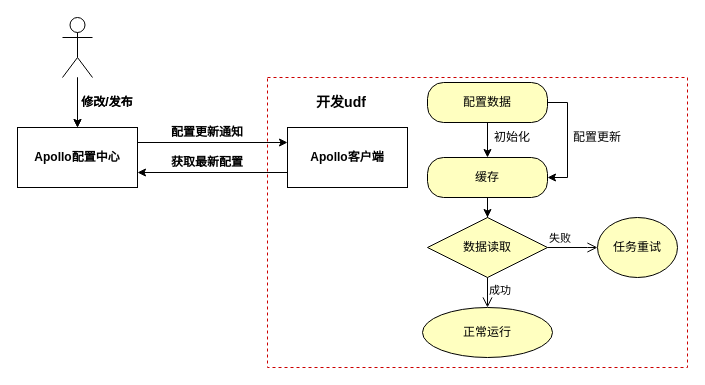
mineminemine123/work-wiki keeps this draw.io diagram as 实时配置项热加载.drawio. Above is the earlier version. Source tidied: cells renumbered, new cells numbered last; positions are measured from the earlier drawing's top-left corner, leaving out a move shared by most shapes. Both pictures are drawn from the tidied source at 100%, with x=0, y=0 at pixel (17, 17).
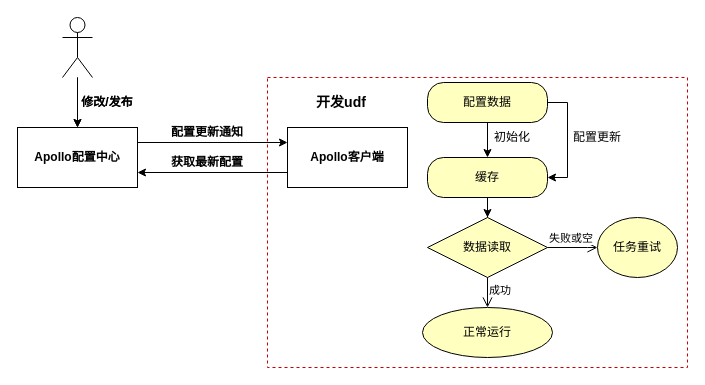
The same diagram, later.

Commit message:
更新实时配置项热加载.drawio

Unchanged cells that the change refers to:
```xml
<mxCell id="19" value="数据读取" style="rhombus;whiteSpace=wrap;html=1;fillColor=#ffffc0;strokeColor=#000000;" parent="1" vertex="1">
  <mxGeometry x="410" y="200" width="120" height="60" as="geometry" />
</mxCell>
```

Change to the diagram source:
```diff
@@
-    <mxCell id="20" value="失败" style="edgeStyle=orthogonalEdgeStyle;html=1;align=left;verticalAlign=bottom;endArrow=open;endSize=8;strokeColor=#000000;rounded=0;" parent="1" edge="1" source="19">
+    <mxCell id="20" value="失败或空" style="edgeStyle=orthogonalEdgeStyle;html=1;align=left;verticalAlign=bottom;endArrow=open;endSize=8;strokeColor=#000000;rounded=0;" parent="1" edge="1" source="19">
       <mxGeometry x="-1" relative="1" as="geometry">
         <mxPoint x="580" y="230" as="targetPoint" />
         <Array as="points">
           <mxPoint x="570" y="230" />
         </Array>
       </mxGeometry>
     </mxCell>
```
